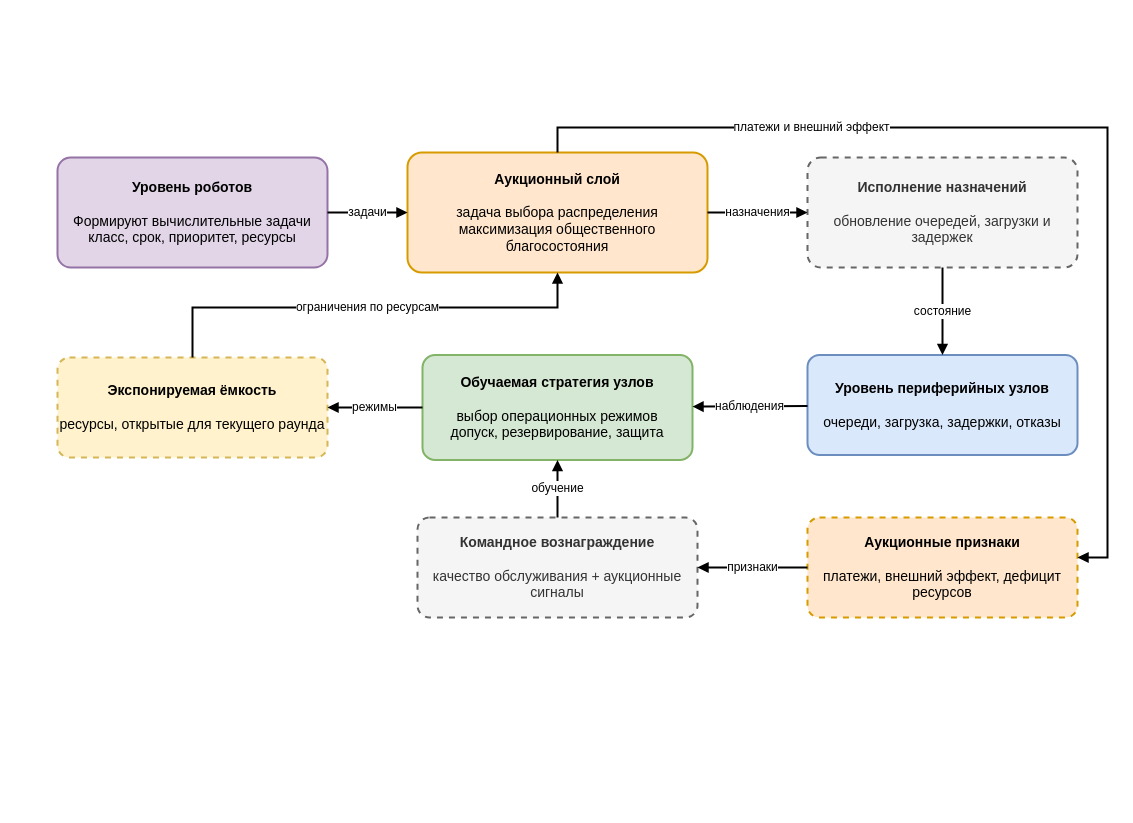
Before: Dissertation/images/drawio/ch5_ample_architecture.drawio in Dima12101/SPbU-Phd-LaTeX-Dissertation, a draw.io diagram. Source tidied: cells renumbered, new cells numbered last; positions are measured from the earlier drawing's top-left corner, leaving out a move shared by most shapes. Both pictures are drawn from the tidied source at 100%, with x=0, y=0 at pixel (57, 127).
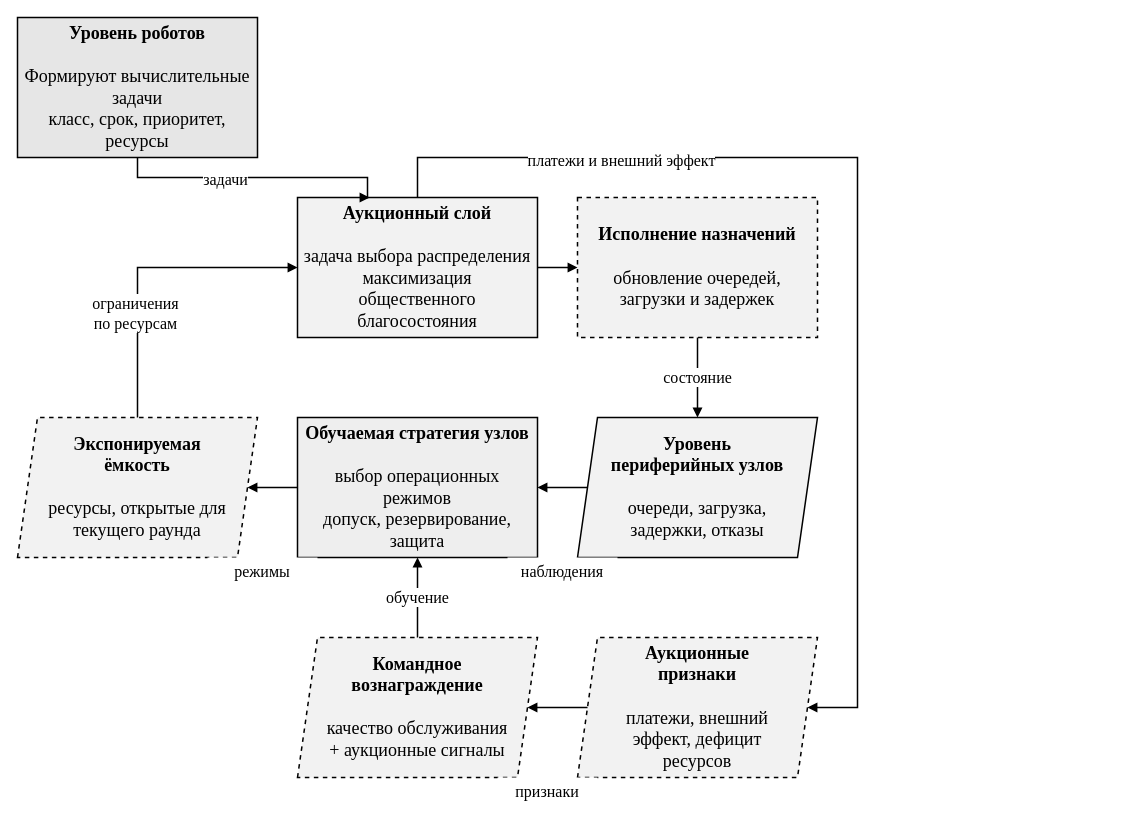
The same diagram, later.

The edit, as a diff of the source:
```diff
@@
-<mxGraphModel>
+<mxGraphModel background="#ffffff">
@@
-    <mxCell id="2" value="&lt;div&gt;&lt;b&gt;Уровень роботов&lt;/b&gt;&lt;/div&gt;&lt;div&gt;&lt;b&gt;&lt;br&gt;&lt;/b&gt;Формируют вычислительные задачи&lt;br&gt;класс, срок, приоритет, ресурсы&lt;/div&gt;" style="rounded=1;whiteSpace=wrap;html=1;arcSize=12;strokeWidth=2;fillColor=#e1d5e7;strokeColor=#9673a6;fontSize=14;" parent="1" vertex="1">
-      <mxGeometry y="30" width="270" height="110" as="geometry" />
+    <mxCell id="2" value="&lt;div&gt;&lt;b&gt;Уровень роботов&lt;/b&gt;&lt;/div&gt;&lt;div&gt;&lt;b&gt;&lt;br&gt;&lt;/b&gt;Формируют вычислительные задачи&lt;br&gt;класс, срок, приоритет, ресурсы&lt;/div&gt;" style="rounded=0;whiteSpace=wrap;html=1;arcSize=12;strokeWidth=1.5;fillColor=#e6e6e6;strokeColor=#000000;fontSize=18;fontColor=#000000;fontFamily=Times New Roman;shadow=0;gradientColor=none;glass=0;spacing=6;" parent="1" vertex="1">
+      <mxGeometry x="-40" y="-110" width="240" height="140" as="geometry" />
     </mxCell>
-    <mxCell id="3" value="&lt;div&gt;&lt;b&gt;Уровень периферийных узлов&lt;/b&gt;&lt;/div&gt;&lt;div&gt;&lt;b&gt;&lt;br&gt;&lt;/b&gt;очереди, загрузка, задержки, отказы&lt;/div&gt;" style="rounded=1;whiteSpace=wrap;html=1;arcSize=12;strokeWidth=2;fillColor=#dae8fc;strokeColor=#6c8ebf;fontSize=14;" parent="1" vertex="1">
-      <mxGeometry x="750" y="227.5" width="270" height="100" as="geometry" />
+    <mxCell id="3" value="&lt;div&gt;&lt;b&gt;Уровень периферийных узлов&lt;/b&gt;&lt;/div&gt;&lt;div&gt;&lt;b&gt;&lt;br&gt;&lt;/b&gt;очереди, загрузка, задержки, отказы&lt;/div&gt;" style="rounded=0;whiteSpace=wrap;html=1;arcSize=12;strokeWidth=1.5;fillColor=#f2f2f2;strokeColor=#000000;fontSize=18;fontColor=#000000;fontFamily=Times New Roman;shadow=0;gradientColor=none;glass=0;spacing=6;shape=parallelogram;perimeter=parallelogramPerimeter;fixedSize=1;spacingLeft=24;spacingRight=24;" parent="1" vertex="1">
+      <mxGeometry x="520" y="290" width="240" height="140" as="geometry" />
     </mxCell>
-    <mxCell id="4" value="&lt;b&gt;Обучаемая стратегия узлов&lt;/b&gt;&lt;div&gt;&lt;b&gt;&lt;br&gt;&lt;/b&gt;выбор операционных режимов&lt;br&gt;допуск, резервирование, защита&lt;/div&gt;" style="rounded=1;whiteSpace=wrap;html=1;arcSize=12;strokeWidth=2;fillColor=#d5e8d4;strokeColor=#82b366;fontSize=14;" parent="1" vertex="1">
-      <mxGeometry x="365" y="227.5" width="270" height="105" as="geometry" />
+    <mxCell id="4" value="&lt;b&gt;Обучаемая стратегия узлов&lt;/b&gt;&lt;div&gt;&lt;b&gt;&lt;br&gt;&lt;/b&gt;выбор операционных режимов&lt;br&gt;допуск, резервирование, защита&lt;/div&gt;" style="rounded=0;whiteSpace=wrap;html=1;arcSize=12;strokeWidth=1.5;fillColor=#eeeeee;strokeColor=#000000;fontSize=18;fontColor=#000000;fontFamily=Times New Roman;shadow=0;gradientColor=none;glass=0;spacing=6;" parent="1" vertex="1">
+      <mxGeometry x="240" y="290" width="240" height="140" as="geometry" />
     </mxCell>
-    <mxCell id="5" value="&lt;b&gt;Экспонируемая ёмкость&lt;/b&gt;&lt;div&gt;&lt;b&gt;&lt;br&gt;&lt;/b&gt;ресурсы, открытые для текущего раунда&lt;/div&gt;" style="rounded=1;whiteSpace=wrap;html=1;arcSize=12;strokeWidth=2;fillColor=#fff2cc;strokeColor=#d6b656;fontSize=14;dashed=1;" parent="1" vertex="1">
-      <mxGeometry y="230" width="270" height="100" as="geometry" />
+    <mxCell id="5" value="&lt;b&gt;Экспонируемая ёмкость&lt;/b&gt;&lt;div&gt;&lt;b&gt;&lt;br&gt;&lt;/b&gt;ресурсы, открытые для текущего раунда&lt;/div&gt;" style="rounded=0;whiteSpace=wrap;html=1;arcSize=12;strokeWidth=1.5;fillColor=#f2f2f2;strokeColor=#000000;fontSize=18;dashed=1;fontColor=#000000;fontFamily=Times New Roman;shadow=0;gradientColor=none;glass=0;spacing=6;shape=parallelogram;perimeter=parallelogramPerimeter;fixedSize=1;spacingLeft=24;spacingRight=24;" parent="1" vertex="1">
+      <mxGeometry x="-40" y="290" width="240" height="140" as="geometry" />
     </mxCell>
-    <mxCell id="6" value="&lt;b&gt;Аукционный слой&lt;/b&gt;&lt;div&gt;&lt;b&gt;&lt;br&gt;&lt;/b&gt;задача выбора распределения&lt;br&gt;максимизация общественного благосостояния&lt;/div&gt;" style="rounded=1;whiteSpace=wrap;html=1;arcSize=12;strokeWidth=2;fillColor=#ffe6cc;strokeColor=#d79b00;fontSize=14;" parent="1" vertex="1">
-      <mxGeometry x="350" y="25" width="300" height="120" as="geometry" />
+    <mxCell id="6" value="&lt;b&gt;Аукционный слой&lt;/b&gt;&lt;div&gt;&lt;b&gt;&lt;br&gt;&lt;/b&gt;задача выбора распределения&lt;br&gt;максимизация общественного благосостояния&lt;/div&gt;" style="rounded=0;whiteSpace=wrap;html=1;arcSize=12;strokeWidth=1.5;fillColor=#f2f2f2;strokeColor=#000000;fontSize=18;fontColor=#000000;fontFamily=Times New Roman;shadow=0;gradientColor=none;glass=0;spacing=6;" parent="1" vertex="1">
+      <mxGeometry x="240" y="70" width="240" height="140" as="geometry" />
     </mxCell>
-    <mxCell id="7" value="&lt;b&gt;Исполнение назначений&lt;/b&gt;&lt;div&gt;&lt;b&gt;&lt;br&gt;&lt;/b&gt;обновление очередей, загрузки и задержек&lt;/div&gt;" style="rounded=1;whiteSpace=wrap;html=1;arcSize=12;strokeWidth=2;fillColor=#f5f5f5;strokeColor=#666666;fontSize=14;dashed=1;fontColor=#333333;" parent="1" vertex="1">
-      <mxGeometry x="750" y="30" width="270" height="110" as="geometry" />
+    <mxCell id="7" value="&lt;b&gt;Исполнение назначений&lt;/b&gt;&lt;div&gt;&lt;b&gt;&lt;br&gt;&lt;/b&gt;обновление очередей, загрузки и задержек&lt;/div&gt;" style="rounded=0;whiteSpace=wrap;html=1;arcSize=12;strokeWidth=1.5;fillColor=#f2f2f2;strokeColor=#000000;fontSize=18;dashed=1;fontColor=#000000;fontFamily=Times New Roman;shadow=0;gradientColor=none;glass=0;spacing=6;" parent="1" vertex="1">
+      <mxGeometry x="520" y="70" width="240" height="140" as="geometry" />
     </mxCell>
-    <mxCell id="8" value="&lt;b&gt;Аукционные признаки&lt;/b&gt;&lt;div&gt;&lt;b&gt;&lt;br&gt;&lt;/b&gt;платежи, внешний эффект, дефицит ресурсов&lt;/div&gt;" style="rounded=1;whiteSpace=wrap;html=1;arcSize=12;strokeWidth=2;fillColor=#ffe6cc;strokeColor=#d79b00;fontSize=14;dashed=1;" parent="1" vertex="1">
-      <mxGeometry x="750" y="390" width="270" height="100" as="geometry" />
+    <mxCell id="8" value="&lt;b&gt;Аукционные признаки&lt;/b&gt;&lt;div&gt;&lt;b&gt;&lt;br&gt;&lt;/b&gt;платежи, внешний эффект, дефицит ресурсов&lt;/div&gt;" style="rounded=0;whiteSpace=wrap;html=1;arcSize=12;strokeWidth=1.5;fillColor=#f2f2f2;strokeColor=#000000;fontSize=18;dashed=1;fontColor=#000000;fontFamily=Times New Roman;shadow=0;gradientColor=none;glass=0;spacing=6;shape=parallelogram;perimeter=parallelogramPerimeter;fixedSize=1;spacingLeft=24;spacingRight=24;" parent="1" vertex="1">
+      <mxGeometry x="520" y="510" width="240" height="140" as="geometry" />
     </mxCell>
-    <mxCell id="9" value="&lt;b&gt;Командное вознаграждение&lt;/b&gt;&lt;div&gt;&lt;b&gt;&lt;br&gt;&lt;/b&gt;качество обслуживания + аукционные сигналы&lt;/div&gt;" style="rounded=1;whiteSpace=wrap;html=1;arcSize=12;strokeWidth=2;fillColor=#f5f5f5;strokeColor=#666666;fontSize=14;dashed=1;fontColor=#333333;" parent="1" vertex="1">
-      <mxGeometry x="360" y="390" width="280" height="100" as="geometry" />
+    <mxCell id="9" value="&lt;b&gt;Командное вознаграждение&lt;/b&gt;&lt;div&gt;&lt;b&gt;&lt;br&gt;&lt;/b&gt;качество обслуживания + аукционные сигналы&lt;/div&gt;" style="rounded=0;whiteSpace=wrap;html=1;arcSize=12;strokeWidth=1.5;fillColor=#f2f2f2;strokeColor=#000000;fontSize=18;dashed=1;fontColor=#000000;fontFamily=Times New Roman;shadow=0;gradientColor=none;glass=0;spacing=6;shape=parallelogram;perimeter=parallelogramPerimeter;fixedSize=1;spacingLeft=24;spacingRight=24;" parent="1" vertex="1">
+      <mxGeometry x="240" y="510" width="240" height="140" as="geometry" />
     </mxCell>
-    <mxCell id="10" value="задачи" style="endArrow=block;html=1;rounded=0;strokeWidth=2;fontSize=12;" parent="1" edge="1" source="2" target="6">
-      <mxGeometry relative="1" as="geometry" />
+    <mxCell id="10" value="задачи" style="endArrow=block;html=1;rounded=0;strokeWidth=1.5;fontSize=16;strokeColor=#000000;fontColor=#000000;fontFamily=Times New Roman;labelBackgroundColor=#ffffff;shadow=0;edgeStyle=orthogonalEdgeStyle;jettySize=20;endFill=1;startArrow=none;exitX=0.5;exitY=1;entryX=0.3;entryY=0;noLabel=1;" parent="1" edge="1" source="2" target="6">
+      <mxGeometry relative="1" as="geometry">
+        <Array as="points">
+          <mxPoint x="80" y="50" />
+          <mxPoint x="310" y="50" />
+        </Array>
+      </mxGeometry>
     </mxCell>
+    <mxCell id="19" value="&lt;span style=&quot;white-space: normal;&quot;&gt;задачи&lt;/span&gt;" style="edgeLabel;html=1;align=center;verticalAlign=middle;inheritText=1;fontFamily=Times New Roman;fontSize=16;fontColor=#000000;labelBackgroundColor=#ffffff;" parent="10" vertex="1">
+      <mxGeometry x="-0.21" y="-1" relative="1" as="geometry" />
+    </mxCell>
-    <mxCell id="11" value="назначения" style="endArrow=block;html=1;rounded=0;strokeWidth=2;fontSize=12;" parent="1" edge="1" source="6" target="7">
+    <mxCell id="11" value="назначения" style="endArrow=block;html=1;rounded=0;strokeWidth=1.5;fontSize=16;strokeColor=#000000;fontColor=#000000;fontFamily=Times New Roman;labelBackgroundColor=#ffffff;shadow=0;edgeStyle=orthogonalEdgeStyle;jettySize=20;endFill=1;startArrow=none;exitX=0.875;exitY=1;entryX=0.5;entryY=1;noLabel=1;exitX=1;exitY=0.5;entryX=0;entryY=0.5;" parent="1" edge="1" source="6" target="7">
       <mxGeometry relative="1" as="geometry" />
     </mxCell>
-    <mxCell id="12" value="состояние" style="endArrow=block;html=1;rounded=0;strokeWidth=2;fontSize=12;edgeStyle=orthogonalEdgeStyle;exitX=0.5;exitY=1;exitDx=0;exitDy=0;jumpStyle=arc;" parent="1" edge="1" source="7" target="3">
+    <mxCell id="12" value="состояние" style="endArrow=block;html=1;rounded=0;strokeWidth=1.5;fontSize=16;edgeStyle=orthogonalEdgeStyle;jumpStyle=arc;strokeColor=#000000;fontColor=#000000;fontFamily=Times New Roman;labelBackgroundColor=#ffffff;shadow=0;jettySize=20;endFill=1;startArrow=none;exitX=0.5;exitY=1;entryX=0.5;entryY=0;" parent="1" edge="1" source="7" target="3">
       <mxGeometry relative="1" as="geometry" />
     </mxCell>
-    <mxCell id="13" value="наблюдения" style="endArrow=block;html=1;rounded=0;strokeWidth=2;fontSize=12;" parent="1" edge="1" source="3" target="4">
+    <mxCell id="13" value="наблюдения" style="endArrow=block;html=1;rounded=0;strokeWidth=1.5;fontSize=16;strokeColor=#000000;fontColor=#000000;fontFamily=Times New Roman;labelBackgroundColor=#ffffff;shadow=0;edgeStyle=orthogonalEdgeStyle;jettySize=20;endFill=1;startArrow=none;exitX=0;exitY=0.5;entryX=1;entryY=0.5;noLabel=1;" parent="1" edge="1" source="3" target="4">
       <mxGeometry relative="1" as="geometry" />
     </mxCell>
-    <mxCell id="14" value="режимы" style="endArrow=block;html=1;rounded=0;strokeWidth=2;fontSize=12;" parent="1" edge="1" source="4" target="5">
+    <mxCell id="14" value="режимы" style="endArrow=block;html=1;rounded=0;strokeWidth=1.5;fontSize=16;strokeColor=#000000;fontColor=#000000;fontFamily=Times New Roman;labelBackgroundColor=#ffffff;shadow=0;edgeStyle=orthogonalEdgeStyle;jettySize=20;endFill=1;startArrow=none;exitX=0;exitY=0.5;entryX=1;entryY=0.5;noLabel=1;" parent="1" edge="1" source="4" target="5">
       <mxGeometry relative="1" as="geometry" />
     </mxCell>
-    <mxCell id="15" value="ограничения по ресурсам" style="endArrow=block;html=1;rounded=0;strokeWidth=2;fontSize=12;edgeStyle=orthogonalEdgeStyle;exitX=0.5;exitY=0;exitDx=0;exitDy=0;jumpStyle=arc;" parent="1" edge="1" source="5" target="6">
+    <mxCell id="15" value="ограничения по ресурсам" style="endArrow=block;html=1;rounded=0;strokeWidth=1.5;fontSize=16;edgeStyle=orthogonalEdgeStyle;jumpStyle=arc;strokeColor=#000000;fontColor=#000000;fontFamily=Times New Roman;labelBackgroundColor=#ffffff;shadow=0;jettySize=20;endFill=1;startArrow=none;exitX=0.5;exitY=0;entryX=0;entryY=0.5;noLabel=1;" parent="1" edge="1" source="5" target="6">
       <mxGeometry relative="1" as="geometry">
         <Array as="points">
-          <mxPoint x="135" y="180" />
-          <mxPoint x="500" y="180" />
+          <mxPoint x="80" y="140" />
         </Array>
       </mxGeometry>
     </mxCell>
+    <mxCell id="20" value="&lt;span style=&quot;white-space: normal;&quot;&gt;ограничения по ресурсам&lt;/span&gt;" style="edgeLabel;html=1;align=center;verticalAlign=middle;inheritText=1;fontFamily=Times New Roman;fontSize=16;fontColor=#000000;labelBackgroundColor=#ffffff;" parent="15" vertex="1">
+      <mxGeometry x="-0.32" y="3" relative="1" as="geometry" />
+    </mxCell>
-    <mxCell id="16" value="платежи и внешний эффект" style="endArrow=block;html=1;rounded=0;strokeWidth=2;fontSize=12;exitX=0.5;exitY=0;exitDx=0;exitDy=0;edgeStyle=orthogonalEdgeStyle;" parent="1" edge="1" source="6" target="8">
-      <mxGeometry x="-0.46" relative="1" as="geometry">
+    <mxCell id="16" value="платежи и внешний эффект" style="endArrow=block;html=1;rounded=0;strokeWidth=1.5;fontSize=16;edgeStyle=orthogonalEdgeStyle;strokeColor=#000000;fontColor=#000000;fontFamily=Times New Roman;labelBackgroundColor=#ffffff;shadow=0;jettySize=20;endFill=1;startArrow=none;exitX=0.5;exitY=0;entryX=1;entryY=0.5;noLabel=1;" parent="1" edge="1" source="6" target="8">
+      <mxGeometry relative="1" as="geometry">
         <Array as="points">
-          <mxPoint x="500" />
-          <mxPoint x="1050" />
-          <mxPoint x="1050" y="430" />
+          <mxPoint x="360" y="30" />
+          <mxPoint x="800" y="30" />
+          <mxPoint x="800" y="580" />
         </Array>
       </mxGeometry>
     </mxCell>
+    <mxCell id="21" value="платежи и внешний эффект" style="edgeLabel;html=1;align=center;verticalAlign=middle;inheritText=1;fontFamily=Times New Roman;fontSize=16;fontColor=#000000;labelBackgroundColor=#ffffff;" parent="16" vertex="1">
+      <mxGeometry x="-0.55" y="-2" relative="1" as="geometry" />
+    </mxCell>
-    <mxCell id="17" value="признаки" style="endArrow=block;html=1;rounded=0;strokeWidth=2;fontSize=12;" parent="1" edge="1" source="8" target="9">
+    <mxCell id="17" value="признаки" style="endArrow=block;html=1;rounded=0;strokeWidth=1.5;fontSize=16;strokeColor=#000000;fontColor=#000000;fontFamily=Times New Roman;labelBackgroundColor=#ffffff;shadow=0;edgeStyle=orthogonalEdgeStyle;jettySize=20;endFill=1;startArrow=none;exitX=0;exitY=0.5;entryX=1;entryY=0.5;noLabel=1;" parent="1" edge="1" source="8" target="9">
       <mxGeometry relative="1" as="geometry" />
     </mxCell>
-    <mxCell id="18" value="обучение" style="endArrow=block;html=1;rounded=0;strokeWidth=2;fontSize=12;" parent="1" edge="1" source="9" target="4">
+    <mxCell id="18" value="обучение" style="endArrow=block;html=1;rounded=0;strokeWidth=1.5;fontSize=16;strokeColor=#000000;fontColor=#000000;fontFamily=Times New Roman;labelBackgroundColor=#ffffff;shadow=0;edgeStyle=orthogonalEdgeStyle;jettySize=20;endFill=1;startArrow=none;exitX=0.5;exitY=0;entryX=0.5;entryY=1;" parent="1" edge="1" source="9" target="4">
       <mxGeometry relative="1" as="geometry" />
     </mxCell>
+    <mxCell id="22" value="наблюдения" style="text;html=1;whiteSpace=wrap;strokeColor=none;fillColor=#ffffff;fontColor=#000000;fontFamily=Times New Roman;fontSize=16;align=center;verticalAlign=middle;" parent="1" vertex="1">
+      <mxGeometry x="450" y="430" width="110" height="28" as="geometry" />
+    </mxCell>
+    <mxCell id="23" value="режимы" style="text;html=1;whiteSpace=wrap;strokeColor=none;fillColor=#ffffff;fontColor=#000000;fontFamily=Times New Roman;fontSize=16;align=center;verticalAlign=middle;" parent="1" vertex="1">
+      <mxGeometry x="150" y="430" width="110" height="28" as="geometry" />
+    </mxCell>
+    <mxCell id="24" value="признаки" style="text;html=1;whiteSpace=wrap;strokeColor=none;fillColor=#ffffff;fontColor=#000000;fontFamily=Times New Roman;fontSize=16;align=center;verticalAlign=middle;" parent="1" vertex="1">
+      <mxGeometry x="440" y="650" width="100" height="28" as="geometry" />
+    </mxCell>
```
